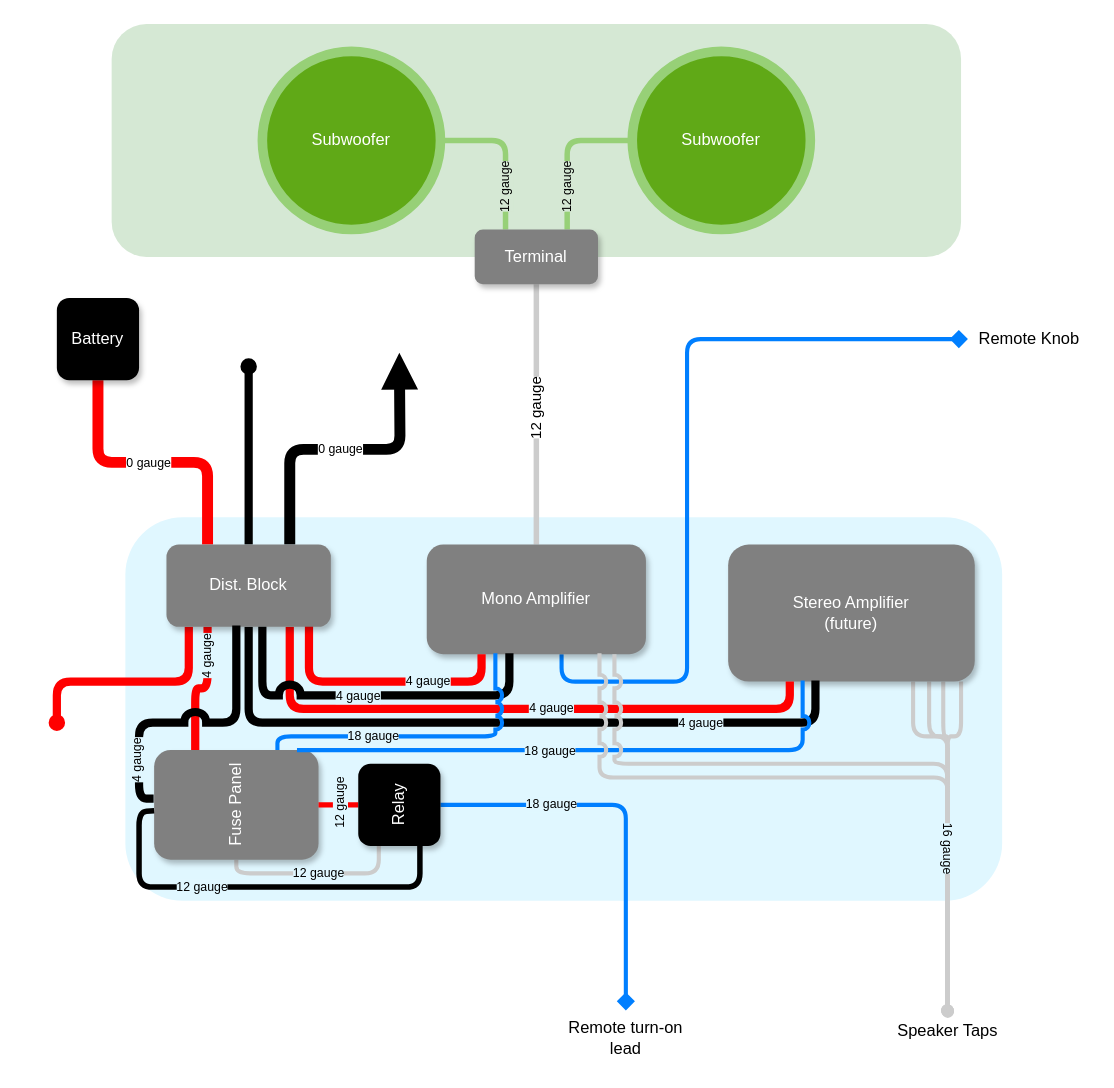
Above: Kia Optima Car Stereo Wiring.drawio in nicholasleblanc/diagrams (draw.io), before the change. Source tidied: cells renumbered, new cells numbered last; positions are measured from the earlier drawing's top-left corner, leaving out a move shared by most shapes. Both pictures are drawn from the tidied source at 137%, with x=0, y=0 at pixel (56, 23).
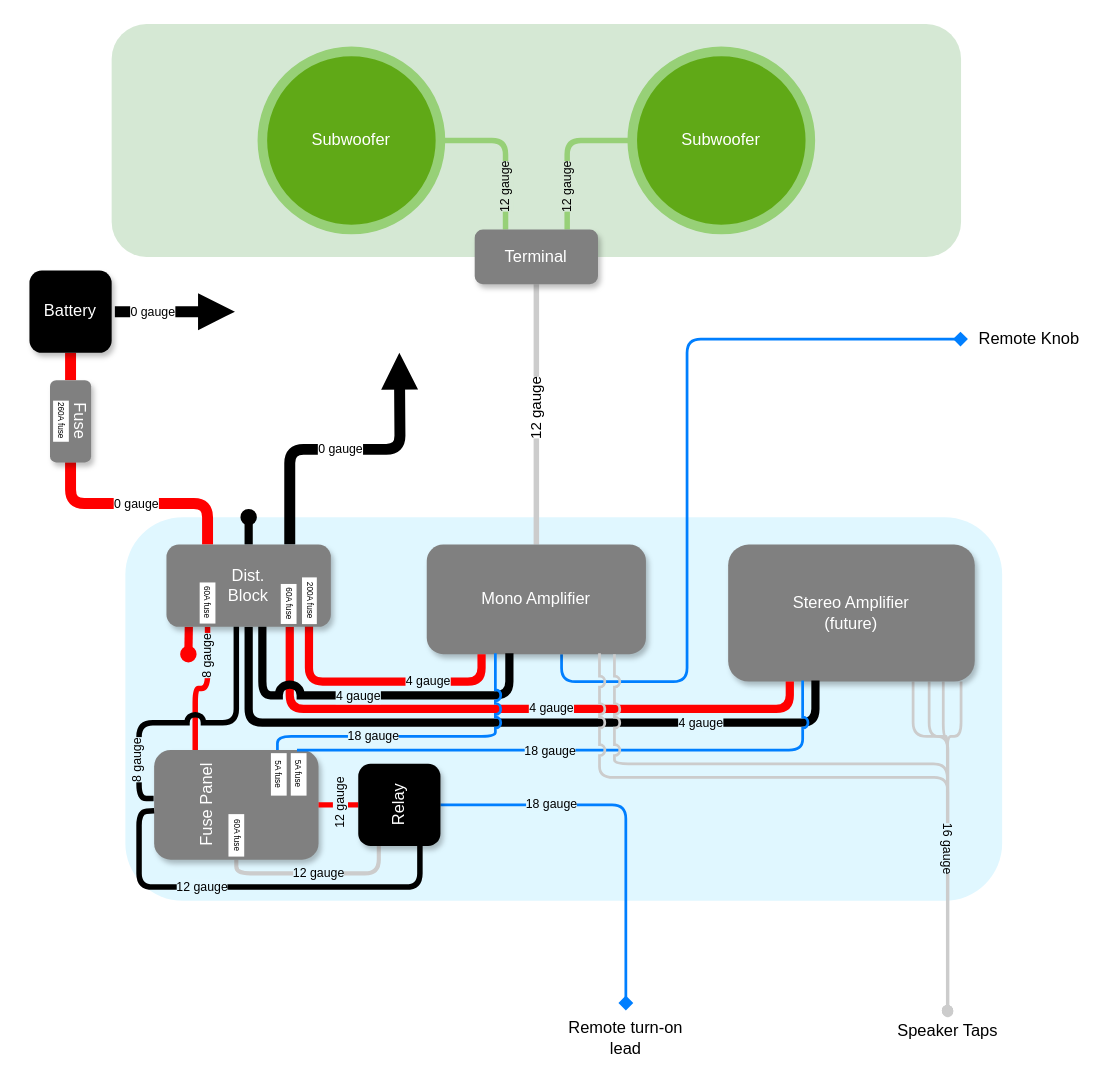
After the change.

Commit message:
Add fuse sizes into car stereo diagram.

The change refers to these unchanged cells:
```xml
<mxCell id="6" value="Mono Amplifier" style="rounded=1;whiteSpace=wrap;html=1;strokeWidth=2;strokeColor=none;fillColor=#808080;fontColor=#FFFFFF;shadow=1;" parent="1" vertex="1">
  <mxGeometry x="270" y="380" width="160" height="80" as="geometry" />
</mxCell>
<mxCell id="11" value="Stereo Amplifier&lt;br&gt;(future)" style="rounded=1;whiteSpace=wrap;html=1;strokeWidth=2;strokeColor=none;fillColor=#808080;fontColor=#FFFFFF;shadow=1;sketch=0;glass=0;" parent="1" vertex="1">
  <mxGeometry x="490" y="380" width="180" height="100" as="geometry" />
</mxCell>
<mxCell id="38" value="Relay" style="rounded=1;whiteSpace=wrap;html=1;strokeWidth=2;strokeColor=none;fillColor=#000000;fontColor=#FFFFFF;shadow=1;rotation=-90;" parent="1" vertex="1">
  <mxGeometry x="220" y="540" width="60" height="60" as="geometry" />
</mxCell>
<mxCell id="39" value="Remote turn-on&lt;br&gt;lead" style="text;html=1;align=center;verticalAlign=middle;points=[];strokeColor=none;fillColor=none;" parent="1" vertex="1">
  <mxGeometry x="360" y="720" width="110" height="40" as="geometry" />
</mxCell>
<mxCell id="50" value="Remote Knob" style="rounded=0;whiteSpace=wrap;html=1;strokeWidth=2;strokeColor=none;fillColor=none;" parent="1" vertex="1">
  <mxGeometry x="665" y="210" width="90" height="40" as="geometry" />
</mxCell>
<mxCell id="52" value="&lt;font color=&quot;#000000&quot;&gt;Speaker Taps&lt;/font&gt;" style="text;html=1;align=center;verticalAlign=middle;points=[];strokeColor=none;fillColor=none;fontColor=#FFFFFF;rounded=1;strokeWidth=2;" parent="1" vertex="1">
  <mxGeometry x="600" y="720" width="100" height="30" as="geometry" />
</mxCell>
```

Diff of the diagram source:
```diff
@@
-    <mxCell id="5" style="edgeStyle=orthogonalEdgeStyle;rounded=1;jumpStyle=arc;jettySize=auto;html=1;exitX=0.615;exitY=1;exitDx=0;exitDy=0;strokeColor=#007FFF;strokeWidth=3;endArrow=diamond;endFill=1;exitPerimeter=0;" parent="1" edge="1" source="6" target="50">
+    <mxCell id="5" style="edgeStyle=orthogonalEdgeStyle;rounded=1;jumpStyle=arc;jettySize=auto;html=1;exitX=0.615;exitY=1;exitDx=0;exitDy=0;strokeColor=#007FFF;strokeWidth=2;endArrow=diamond;endFill=1;exitPerimeter=0;" parent="1" edge="1" source="6" target="50">
       <mxGeometry relative="1" as="geometry">
         <Array as="points">
           <mxPoint x="368" y="480" />
           <mxPoint x="460" y="480" />
           <mxPoint x="460" y="230" />
         </Array>
       </mxGeometry>
     </mxCell>
@@
-    <mxCell id="7" style="edgeStyle=orthogonalEdgeStyle;rounded=1;jumpStyle=arc;jumpSize=7;jettySize=auto;html=1;exitX=0.75;exitY=1;exitDx=0;exitDy=0;shadow=0;strokeColor=#CCCCCC;strokeWidth=3;fontColor=#000000;endArrow=oval;endFill=1;entryX=0.503;entryY=0.033;entryDx=0;entryDy=0;entryPerimeter=0;" parent="1" edge="1" source="11" target="52">
+    <mxCell id="7" style="edgeStyle=orthogonalEdgeStyle;rounded=1;jumpStyle=arc;jumpSize=7;jettySize=auto;html=1;exitX=0.75;exitY=1;exitDx=0;exitDy=0;shadow=0;strokeColor=#CCCCCC;strokeWidth=2;fontColor=#000000;endArrow=oval;endFill=1;entryX=0.503;entryY=0.033;entryDx=0;entryDy=0;entryPerimeter=0;" parent="1" edge="1" source="11" target="52">
       <mxGeometry relative="1" as="geometry">
         <Array as="points">
           <mxPoint x="625" y="520" />
           <mxPoint x="650" y="520" />
         </Array>
       </mxGeometry>
     </mxCell>
-    <mxCell id="8" style="edgeStyle=orthogonalEdgeStyle;rounded=1;jumpStyle=arc;jumpSize=7;jettySize=auto;html=1;entryX=0.503;entryY=0.011;entryDx=0;entryDy=0;entryPerimeter=0;shadow=0;strokeColor=#CCCCCC;strokeWidth=3;fontColor=#000000;endArrow=oval;endFill=1;exitX=0.815;exitY=1;exitDx=0;exitDy=0;exitPerimeter=0;" parent="1" edge="1" source="11" target="52">
+    <mxCell id="8" style="edgeStyle=orthogonalEdgeStyle;rounded=1;jumpStyle=arc;jumpSize=7;jettySize=auto;html=1;entryX=0.503;entryY=0.011;entryDx=0;entryDy=0;entryPerimeter=0;shadow=0;strokeColor=#CCCCCC;strokeWidth=2;fontColor=#000000;endArrow=oval;endFill=1;exitX=0.815;exitY=1;exitDx=0;exitDy=0;exitPerimeter=0;" parent="1" edge="1" source="11" target="52">
       <mxGeometry relative="1" as="geometry">
         <Array as="points">
           <mxPoint x="637" y="520" />
           <mxPoint x="650" y="520" />
         </Array>
       </mxGeometry>
     </mxCell>
-    <mxCell id="9" style="edgeStyle=orthogonalEdgeStyle;rounded=1;jumpStyle=arc;jumpSize=7;jettySize=auto;html=1;shadow=0;strokeColor=#CCCCCC;strokeWidth=3;fontColor=#000000;endArrow=oval;endFill=1;" parent="1" edge="1" source="11" target="52">
+    <mxCell id="9" style="edgeStyle=orthogonalEdgeStyle;rounded=1;jumpStyle=arc;jumpSize=7;jettySize=auto;html=1;shadow=0;strokeColor=#CCCCCC;strokeWidth=2;fontColor=#000000;endArrow=oval;endFill=1;" parent="1" edge="1" source="11" target="52">
       <mxGeometry relative="1" as="geometry">
         <Array as="points">
           <mxPoint x="647" y="520" />
           <mxPoint x="650" y="520" />
         </Array>
       </mxGeometry>
     </mxCell>
-    <mxCell id="10" style="edgeStyle=orthogonalEdgeStyle;rounded=1;jumpStyle=arc;jumpSize=7;jettySize=auto;html=1;shadow=0;strokeColor=#CCCCCC;strokeWidth=3;fontColor=#000000;endArrow=oval;endFill=1;" parent="1" edge="1" source="11" target="52">
+    <mxCell id="10" style="edgeStyle=orthogonalEdgeStyle;rounded=1;jumpStyle=arc;jumpSize=7;jettySize=auto;html=1;shadow=0;strokeColor=#CCCCCC;strokeWidth=2;fontColor=#000000;endArrow=oval;endFill=1;" parent="1" edge="1" source="11" target="52">
       <mxGeometry relative="1" as="geometry">
         <Array as="points">
           <mxPoint x="660" y="520" />
           <mxPoint x="650" y="520" />
         </Array>
       </mxGeometry>
     </mxCell>
@@
-    <mxCell id="18" style="edgeStyle=orthogonalEdgeStyle;jettySize=auto;html=1;exitX=0.25;exitY=1;exitDx=0;exitDy=0;strokeColor=#FF0000;strokeWidth=6;endArrow=none;endFill=0;rounded=1;jumpStyle=arc;entryX=1;entryY=0.25;entryDx=0;entryDy=0;" parent="1" edge="1" source="26" target="31">
+    <mxCell id="18" style="edgeStyle=orthogonalEdgeStyle;jettySize=auto;html=1;exitX=0.25;exitY=1;exitDx=0;exitDy=0;strokeColor=#FF0000;strokeWidth=4;endArrow=none;endFill=0;rounded=1;jumpStyle=arc;entryX=1;entryY=0.25;entryDx=0;entryDy=0;" parent="1" edge="1" source="26" target="31">
       <mxGeometry relative="1" as="geometry" />
     </mxCell>
-    <mxCell id="19" value="4 gauge" style="edgeLabel;html=1;align=center;verticalAlign=middle;fontSize=9;fontColor=#000000;rotation=-90;labelBackgroundColor=#E0F7FF;" parent="18" vertex="1">
+    <mxCell id="19" value="8 gauge" style="edgeLabel;html=1;align=center;verticalAlign=middle;fontSize=9;fontColor=#000000;rotation=-90;labelBackgroundColor=#E0F7FF;" parent="18" vertex="1">
       <mxGeometry x="-0.5" y="2" relative="1" as="geometry">
         <mxPoint x="-3" y="-2" as="offset" />
       </mxGeometry>
     </mxCell>
     <mxCell id="20" style="edgeStyle=orthogonalEdgeStyle;rounded=1;jumpStyle=arc;jettySize=auto;html=1;strokeColor=#FF0000;strokeWidth=6;endArrow=oval;endFill=1;exitX=0.136;exitY=1;exitDx=0;exitDy=0;exitPerimeter=0;" parent="1" edge="1" source="26">
       <mxGeometry relative="1" as="geometry">
-        <mxPoint y="510" as="targetPoint" />
-        <Array as="points">
-          <mxPoint x="96" y="480" />
-          <mxPoint y="480" />
-        </Array>
+        <mxPoint x="96" y="460" as="targetPoint" />
       </mxGeometry>
     </mxCell>
@@
     <mxCell id="25" style="edgeStyle=orthogonalEdgeStyle;rounded=1;jumpStyle=arc;jettySize=auto;html=1;exitX=0.5;exitY=0;exitDx=0;exitDy=0;strokeColor=#000000;strokeWidth=6;endArrow=oval;endFill=1;" parent="1" edge="1" source="26">
       <mxGeometry relative="1" as="geometry">
-        <mxPoint x="140" y="250" as="targetPoint" />
+        <mxPoint x="140" y="360" as="targetPoint" />
       </mxGeometry>
     </mxCell>
-    <mxCell id="26" value="Dist. Block" style="rounded=1;whiteSpace=wrap;html=1;strokeWidth=2;strokeColor=none;fillColor=#808080;fontColor=#FFFFFF;shadow=1;" parent="1" vertex="1">
+    <mxCell id="26" value="Dist. &lt;br&gt;Block" style="rounded=1;whiteSpace=wrap;html=1;strokeWidth=2;strokeColor=none;fillColor=#808080;fontColor=#FFFFFF;shadow=1;" parent="1" vertex="1">
       <mxGeometry x="80" y="380" width="120" height="60" as="geometry" />
     </mxCell>
@@
-    <mxCell id="29" style="edgeStyle=orthogonalEdgeStyle;jettySize=auto;html=1;entryX=0.425;entryY=0.983;entryDx=0;entryDy=0;strokeColor=#000000;strokeWidth=6;endArrow=none;endFill=0;entryPerimeter=0;rounded=1;jumpStyle=arc;exitX=0.558;exitY=-0.003;exitDx=0;exitDy=0;exitPerimeter=0;" parent="1" edge="1" source="31" target="26">
+    <mxCell id="29" style="edgeStyle=orthogonalEdgeStyle;jettySize=auto;html=1;strokeColor=#000000;strokeWidth=4;endArrow=none;endFill=0;rounded=1;jumpStyle=arc;exitX=0.558;exitY=-0.003;exitDx=0;exitDy=0;exitPerimeter=0;" parent="1" edge="1" source="31" target="26">
       <mxGeometry relative="1" as="geometry">
         <Array as="points">
           <mxPoint x="60" y="565" />
           <mxPoint x="60" y="510" />
           <mxPoint x="131" y="510" />
         </Array>
       </mxGeometry>
     </mxCell>
-    <mxCell id="30" value="4 gauge" style="edgeLabel;html=1;align=center;verticalAlign=middle;fontSize=9;fontColor=#000000;rotation=-90;labelBackgroundColor=#E0F7FF;" parent="29" vertex="1">
+    <mxCell id="30" value="8 gauge" style="edgeLabel;html=1;align=center;verticalAlign=middle;fontSize=9;fontColor=#000000;rotation=-90;labelBackgroundColor=#E0F7FF;" parent="29" vertex="1">
       <mxGeometry x="-0.63" y="1" relative="1" as="geometry">
         <mxPoint x="-1" y="1" as="offset" />
       </mxGeometry>
     </mxCell>
-    <mxCell id="31" value="Fuse Panel" style="rounded=1;whiteSpace=wrap;html=1;strokeWidth=2;strokeColor=none;fillColor=#808080;fontColor=#FFFFFF;shadow=1;rotation=-90;" parent="1" vertex="1">
+    <mxCell id="31" value="Fuse Panel&lt;br&gt;&lt;br&gt;&lt;br&gt;&lt;br&gt;" style="rounded=1;whiteSpace=wrap;html=1;strokeWidth=2;strokeColor=none;fillColor=#808080;fontColor=#FFFFFF;shadow=1;rotation=-90;" parent="1" vertex="1">
       <mxGeometry x="91" y="510" width="80" height="120" as="geometry" />
     </mxCell>
@@
-    <mxCell id="36" style="edgeStyle=orthogonalEdgeStyle;rounded=1;jettySize=auto;html=1;strokeColor=#007FFF;strokeWidth=3;endArrow=diamond;endFill=1;entryX=0.503;entryY=0;entryDx=0;entryDy=0;entryPerimeter=0;jumpStyle=arc;exitX=0.5;exitY=1;exitDx=0;exitDy=0;" parent="1" edge="1" source="38" target="39">
+    <mxCell id="36" style="edgeStyle=orthogonalEdgeStyle;rounded=1;jettySize=auto;html=1;strokeColor=#007FFF;strokeWidth=2;endArrow=diamond;endFill=1;entryX=0.503;entryY=0;entryDx=0;entryDy=0;entryPerimeter=0;jumpStyle=arc;exitX=0.5;exitY=1;exitDx=0;exitDy=0;" parent="1" edge="1" source="38" target="39">
       <mxGeometry relative="1" as="geometry" />
     </mxCell>
@@
+    <mxCell id="60" style="edgeStyle=none;html=1;exitX=0;exitY=0.5;exitDx=0;exitDy=0;entryX=0.5;entryY=1;entryDx=0;entryDy=0;fontSize=6;endArrow=none;endFill=0;strokeWidth=8;strokeColor=#FF0000;" parent="1" edge="1" source="51" target="67">
+      <mxGeometry relative="1" as="geometry" />
+    </mxCell>
-    <mxCell id="51" value="Battery" style="rounded=1;whiteSpace=wrap;html=1;strokeWidth=2;fillColor=#000000;strokeColor=none;fontColor=#FFFFFF;shadow=1;" parent="1" vertex="1">
-      <mxGeometry y="200" width="60" height="60" as="geometry" />
+    <mxCell id="51" value="Fuse&lt;br&gt;&lt;br&gt;" style="rounded=1;whiteSpace=wrap;html=1;strokeWidth=2;fillColor=#808080;strokeColor=none;fontColor=#FFFFFF;shadow=1;rotation=90;" parent="1" vertex="1">
+      <mxGeometry x="-20" y="275" width="60" height="30" as="geometry" />
     </mxCell>
@@
-    <mxCell id="53" style="edgeStyle=orthogonalEdgeStyle;jettySize=auto;html=1;strokeColor=#007FFF;strokeWidth=3;endArrow=none;endFill=0;rounded=1;jumpStyle=arc;jumpSize=6;exitX=1;exitY=0.75;exitDx=0;exitDy=0;entryX=0.313;entryY=0.992;entryDx=0;entryDy=0;entryPerimeter=0;" parent="1" edge="1" source="31" target="6">
+    <mxCell id="53" style="edgeStyle=orthogonalEdgeStyle;jettySize=auto;html=1;strokeColor=#007FFF;strokeWidth=2;endArrow=none;endFill=0;rounded=1;jumpStyle=arc;jumpSize=6;exitX=1;exitY=0.75;exitDx=0;exitDy=0;entryX=0.313;entryY=0.992;entryDx=0;entryDy=0;entryPerimeter=0;" parent="1" edge="1" source="31" target="6">
       <mxGeometry relative="1" as="geometry">
         <Array as="points">
           <mxPoint x="161" y="520" />
           <mxPoint x="320" y="520" />
         </Array>
       </mxGeometry>
     </mxCell>
@@
-    <mxCell id="55" style="edgeStyle=orthogonalEdgeStyle;jettySize=auto;html=1;entryX=0.302;entryY=0.993;entryDx=0;entryDy=0;entryPerimeter=0;strokeColor=#007FFF;strokeWidth=3;endArrow=none;endFill=0;rounded=1;jumpStyle=arc;exitX=1;exitY=0.869;exitDx=0;exitDy=0;exitPerimeter=0;" parent="1" edge="1" source="31" target="11">
+    <mxCell id="55" style="edgeStyle=orthogonalEdgeStyle;jettySize=auto;html=1;entryX=0.302;entryY=0.993;entryDx=0;entryDy=0;entryPerimeter=0;strokeColor=#007FFF;strokeWidth=2;endArrow=none;endFill=0;rounded=1;jumpStyle=arc;exitX=1;exitY=0.869;exitDx=0;exitDy=0;exitPerimeter=0;" parent="1" edge="1" source="31" target="11">
       <mxGeometry relative="1" as="geometry">
         <Array as="points">
           <mxPoint x="544" y="530" />
           <mxPoint x="544" y="479" />
         </Array>
       </mxGeometry>
     </mxCell>
@@
-    <mxCell id="57" style="edgeStyle=orthogonalEdgeStyle;rounded=1;jumpStyle=arc;jettySize=auto;html=1;strokeColor=#CCCCCC;strokeWidth=3;fontColor=#FFFFFF;endArrow=oval;endFill=1;jumpSize=6;" parent="1" edge="1" target="52">
+    <mxCell id="57" style="edgeStyle=orthogonalEdgeStyle;rounded=1;jumpStyle=arc;jettySize=auto;html=1;strokeColor=#CCCCCC;strokeWidth=2;fontColor=#FFFFFF;endArrow=oval;endFill=1;jumpSize=6;" parent="1" edge="1" target="52">
       <mxGeometry relative="1" as="geometry">
         <mxPoint x="407" y="460" as="sourcePoint" />
         <Array as="points">
           <mxPoint x="407" y="540" />
           <mxPoint x="650" y="540" />
         </Array>
       </mxGeometry>
     </mxCell>
-    <mxCell id="58" style="edgeStyle=orthogonalEdgeStyle;rounded=1;jumpStyle=arc;jettySize=auto;html=1;entryX=0.503;entryY=0.011;entryDx=0;entryDy=0;entryPerimeter=0;strokeColor=#CCCCCC;strokeWidth=3;fontColor=#000000;endArrow=oval;endFill=1;shadow=0;jumpSize=6;startArrow=none;exitX=0.788;exitY=0.992;exitDx=0;exitDy=0;exitPerimeter=0;" parent="1" edge="1" source="6" target="52">
+    <mxCell id="58" style="edgeStyle=orthogonalEdgeStyle;rounded=1;jumpStyle=arc;jettySize=auto;html=1;entryX=0.503;entryY=0.011;entryDx=0;entryDy=0;entryPerimeter=0;strokeColor=#CCCCCC;strokeWidth=2;fontColor=#000000;endArrow=oval;endFill=1;shadow=0;jumpSize=6;startArrow=none;exitX=0.788;exitY=0.992;exitDx=0;exitDy=0;exitPerimeter=0;" parent="1" edge="1" source="6" target="52">
       <mxGeometry relative="1" as="geometry">
         <Array as="points">
           <mxPoint x="396" y="550" />
           <mxPoint x="650" y="550" />
         </Array>
       </mxGeometry>
     </mxCell>
@@
+    <mxCell id="61" value="&lt;font style=&quot;font-size: 6px;&quot;&gt;200A fuse&lt;/font&gt;" style="rounded=0;whiteSpace=wrap;html=1;strokeColor=none;fillColor=#FFFFFF;rotation=90;fontSize=6;verticalAlign=bottom;" parent="1" vertex="1">
+      <mxGeometry x="167.3" y="415.6" width="34.1" height="10.8" as="geometry" />
+    </mxCell>
+    <mxCell id="62" value="&lt;font style=&quot;font-size: 6px;&quot;&gt;60A fuse&lt;/font&gt;" style="rounded=0;whiteSpace=wrap;html=1;strokeColor=none;fillColor=#FFFFFF;rotation=90;fontSize=6;verticalAlign=bottom;" parent="1" vertex="1">
+      <mxGeometry x="154.6" y="417.6" width="29.2" height="11.5" as="geometry" />
+    </mxCell>
+    <mxCell id="63" value="&lt;font style=&quot;font-size: 6px;&quot;&gt;60A fuse&lt;/font&gt;" style="rounded=0;whiteSpace=wrap;html=1;strokeColor=none;fillColor=#FFFFFF;rotation=90;fontSize=6;verticalAlign=bottom;" parent="1" vertex="1">
+      <mxGeometry x="95" y="416.9" width="30" height="11.5" as="geometry" />
+    </mxCell>
+    <mxCell id="64" value="&lt;font style=&quot;font-size: 6px;&quot;&gt;60A fuse&lt;/font&gt;" style="rounded=0;whiteSpace=wrap;html=1;strokeColor=none;fillColor=#FFFFFF;rotation=90;fontSize=6;verticalAlign=bottom;" parent="1" vertex="1">
+      <mxGeometry x="115.5" y="586.5" width="31" height="11.5" as="geometry" />
+    </mxCell>
+    <mxCell id="65" value="&lt;font style=&quot;font-size: 6px&quot;&gt;5A fuse&lt;/font&gt;" style="rounded=0;whiteSpace=wrap;html=1;strokeColor=none;fillColor=#FFFFFF;rotation=90;fontSize=6;verticalAlign=bottom;" parent="1" vertex="1">
+      <mxGeometry x="146.5" y="542" width="31" height="11.5" as="geometry" />
+    </mxCell>
+    <mxCell id="66" value="&lt;font style=&quot;font-size: 6px&quot;&gt;5A fuse&lt;/font&gt;" style="rounded=0;whiteSpace=wrap;html=1;strokeColor=none;fillColor=#FFFFFF;rotation=90;fontSize=6;verticalAlign=bottom;" parent="1" vertex="1">
+      <mxGeometry x="161" y="542" width="31" height="11.5" as="geometry" />
+    </mxCell>
+    <mxCell id="67" value="Battery" style="rounded=1;whiteSpace=wrap;html=1;strokeWidth=2;fillColor=#000000;strokeColor=none;fontColor=#FFFFFF;shadow=1;" parent="1" vertex="1">
+      <mxGeometry x="-20" y="180" width="60" height="60" as="geometry" />
+    </mxCell>
+    <mxCell id="68" value="&lt;font style=&quot;font-size: 6px&quot;&gt;260A fuse&lt;/font&gt;" style="rounded=0;whiteSpace=wrap;html=1;strokeColor=none;fillColor=#FFFFFF;rotation=90;fontSize=6;verticalAlign=bottom;" parent="1" vertex="1">
+      <mxGeometry x="-12" y="284.2" width="30" height="11.5" as="geometry" />
+    </mxCell>
+    <mxCell id="69" style="edgeStyle=orthogonalEdgeStyle;rounded=1;jumpStyle=arc;jettySize=auto;html=1;exitX=1.039;exitY=0.5;exitDx=0;exitDy=0;strokeColor=#000000;strokeWidth=8;endArrow=block;endFill=1;exitPerimeter=0;" parent="1" edge="1" source="67">
+      <mxGeometry relative="1" as="geometry">
+        <mxPoint x="130" y="210" as="targetPoint" />
+      </mxGeometry>
+    </mxCell>
+    <mxCell id="70" value="0 gauge" style="edgeLabel;html=1;align=center;verticalAlign=middle;fontSize=9;fontColor=#000000;" parent="69" vertex="1">
+      <mxGeometry x="-0.04" y="-1" relative="1" as="geometry">
+        <mxPoint x="-15" y="-1" as="offset" />
+      </mxGeometry>
+    </mxCell>
```
